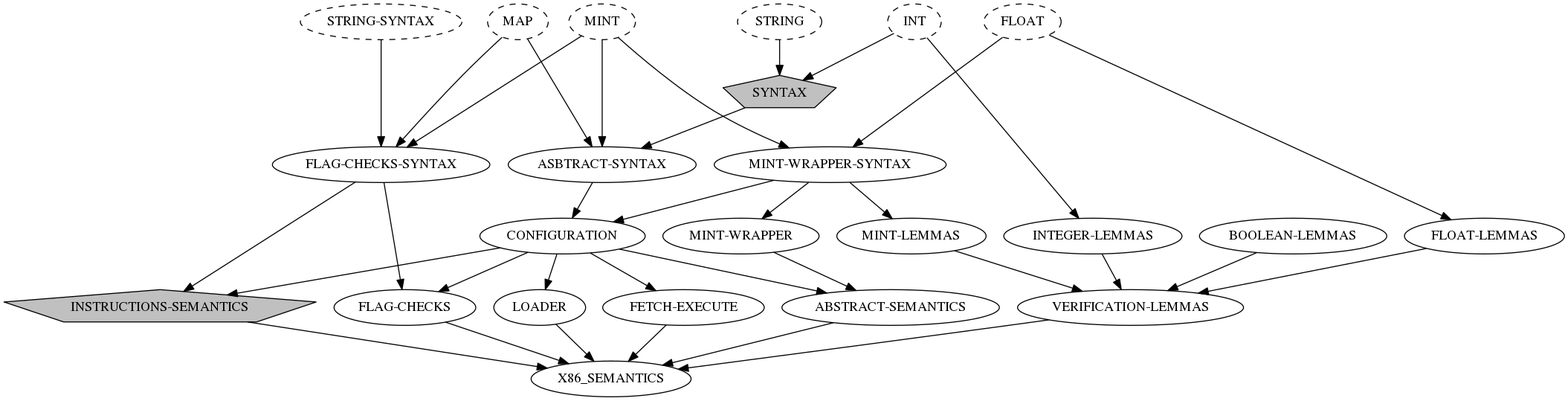
Above: docs/reports/import_graph.png in kframework/X86-64-semantics (Graphviz), before the change. Its source is kept beside it as docs/reports/import_graph.dot. Source of this version:
```dot
digraph graphname {


  "INSTRUCTIONS-SEMANTICS" [fillcolor = grey, style=filled, sides=5; shape=polygon]
  SYNTAX [fillcolor = grey, style=filled, sides=5; shape=polygon]

  MAP [style="dashed"]
  MINT [style="dashed"]
  FLOAT [style="dashed"]
  INT [style="dashed"]
  STRING [style="dashed"]
  "STRING-SYNTAX" [style="dashed"]

  {rank = same; MAP; FLOAT; MINT; INT; STRING; "STRING-SYNTAX"}
  {rank = same; LOADER; "FETCH-EXECUTE"; "ABSTRACT-SEMANTICS"; "FLAG-CHECKS"; "VERIFICATION-LEMMAS"; }
  {rank = same; "MINT-LEMMAS"; "INTEGER-LEMMAS"; "BOOLEAN-LEMMAS"; "FLOAT-LEMMAS"}
  {rank = same; "ASBTRACT-SYNTAX"; "MINT-WRAPPER-SYNTAX"; "FLAG-CHECKS-SYNTAX"; }


  INT -> SYNTAX
  STRING -> SYNTAX

  SYNTAX ->  "ASBTRACT-SYNTAX";

  MAP -> "ASBTRACT-SYNTAX";
  MINT -> "ASBTRACT-SYNTAX";


  "MINT-WRAPPER-SYNTAX" -> CONFIGURATION
  "ASBTRACT-SYNTAX" ->   CONFIGURATION


  CONFIGURATION -> "ABSTRACT-SEMANTICS"
  "MINT-WRAPPER" -> "ABSTRACT-SEMANTICS"

  MINT -> "MINT-WRAPPER-SYNTAX"
  FLOAT -> "MINT-WRAPPER-SYNTAX"

  "MINT-WRAPPER-SYNTAX" -> "MINT-WRAPPER"



  CONFIGURATION -> LOADER
  CONFIGURATION -> "FETCH-EXECUTE"

  INT -> "INTEGER-LEMMAS" ->  "VERIFICATION-LEMMAS"
  "BOOLEAN-LEMMAS" -> "VERIFICATION-LEMMAS"
  "MINT-LEMMAS" -> "VERIFICATION-LEMMAS"
  "FLOAT-LEMMAS" -> "VERIFICATION-LEMMAS"

  FLOAT -> "FLOAT-LEMMAS"
  "MINT-WRAPPER-SYNTAX" -> "MINT-LEMMAS"

  MINT -> "FLAG-CHECKS-SYNTAX"
  MAP -> "FLAG-CHECKS-SYNTAX"
  "STRING-SYNTAX" -> "FLAG-CHECKS-SYNTAX"

  "FLAG-CHECKS-SYNTAX"  -> "FLAG-CHECKS"
  CONFIGURATION  -> "FLAG-CHECKS"


  CONFIGURATION -> "INSTRUCTIONS-SEMANTICS"
  "FLAG-CHECKS-SYNTAX" -> "INSTRUCTIONS-SEMANTICS"

  LOADER ->  X86_SEMANTICS
  "FETCH-EXECUTE" ->  X86_SEMANTICS
  "ABSTRACT-SEMANTICS" ->  X86_SEMANTICS
  "FLAG-CHECKS" ->  X86_SEMANTICS
  "VERIFICATION-LEMMAS" ->  X86_SEMANTICS
  "INSTRUCTIONS-SEMANTICS" ->  X86_SEMANTICS


 }
```
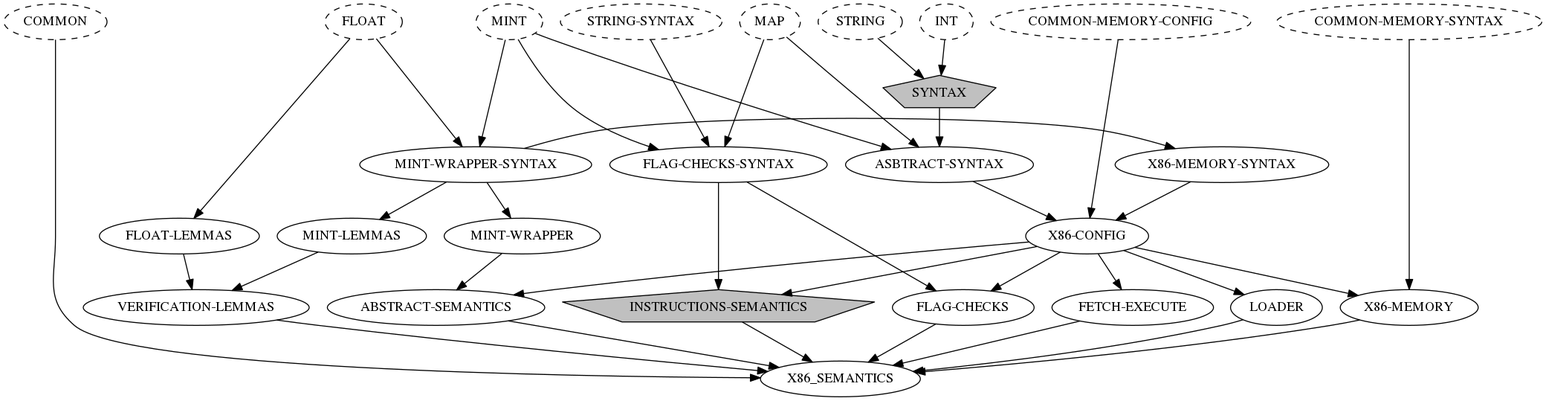
After the change.

The edit, as a diff of the source:
```diff
@@ -10,12 +10,20 @@
   INT [style="dashed"]
   STRING [style="dashed"]
   "STRING-SYNTAX" [style="dashed"]
+  "STRING-SYNTAX" [style="dashed"]
+  "COMMON-MEMORY-SYNTAX" [style="dashed"]
+  "COMMON-MEMORY-CONFIG" [style="dashed"]
+  "COMMON" [style="dashed"]
 
-  {rank = same; MAP; FLOAT; MINT; INT; STRING; "STRING-SYNTAX"}
+  {rank = same; MAP; FLOAT; MINT; INT; STRING; "STRING-SYNTAX"; "COMMON"; "COMMON-MEMORY-CONFIG"; "COMMON-MEMORY-SYNTAX"}
   {rank = same; LOADER; "FETCH-EXECUTE"; "ABSTRACT-SEMANTICS"; "FLAG-CHECKS"; "VERIFICATION-LEMMAS"; }
-  {rank = same; "MINT-LEMMAS"; "INTEGER-LEMMAS"; "BOOLEAN-LEMMAS"; "FLOAT-LEMMAS"}
-  {rank = same; "ASBTRACT-SYNTAX"; "MINT-WRAPPER-SYNTAX"; "FLAG-CHECKS-SYNTAX"; }
+  {rank = same; "MINT-LEMMAS"; "FLOAT-LEMMAS"}
+  {rank = same; "ASBTRACT-SYNTAX"; "MINT-WRAPPER-SYNTAX"; "FLAG-CHECKS-SYNTAX"; "X86-MEMORY-SYNTAX" }
 
+
+  "MINT-WRAPPER-SYNTAX" -> "X86-MEMORY-SYNTAX"
+  "COMMON-MEMORY-SYNTAX"  -> "X86-MEMORY"
+  "X86-CONFIG"  -> "X86-MEMORY"
 
   INT -> SYNTAX
   STRING -> SYNTAX
@@ -26,11 +34,12 @@
   MINT -> "ASBTRACT-SYNTAX";
 
 
-  "MINT-WRAPPER-SYNTAX" -> CONFIGURATION
-  "ASBTRACT-SYNTAX" ->   CONFIGURATION
+  "ASBTRACT-SYNTAX" ->   "X86-CONFIG"
+  "COMMON-MEMORY-CONFIG" ->   "X86-CONFIG"
+  "X86-MEMORY-SYNTAX" ->   "X86-CONFIG"
 
 
-  CONFIGURATION -> "ABSTRACT-SEMANTICS"
+  "X86-CONFIG" -> "ABSTRACT-SEMANTICS"
   "MINT-WRAPPER" -> "ABSTRACT-SEMANTICS"
 
   MINT -> "MINT-WRAPPER-SYNTAX"
@@ -40,11 +49,9 @@
 
 
 
-  CONFIGURATION -> LOADER
-  CONFIGURATION -> "FETCH-EXECUTE"
+  "X86-CONFIG" -> LOADER
+  "X86-CONFIG" -> "FETCH-EXECUTE"
 
-  INT -> "INTEGER-LEMMAS" ->  "VERIFICATION-LEMMAS"
-  "BOOLEAN-LEMMAS" -> "VERIFICATION-LEMMAS"
   "MINT-LEMMAS" -> "VERIFICATION-LEMMAS"
   "FLOAT-LEMMAS" -> "VERIFICATION-LEMMAS"
 
@@ -56,10 +63,10 @@
   "STRING-SYNTAX" -> "FLAG-CHECKS-SYNTAX"
 
   "FLAG-CHECKS-SYNTAX"  -> "FLAG-CHECKS"
-  CONFIGURATION  -> "FLAG-CHECKS"
+  "X86-CONFIG"  -> "FLAG-CHECKS"
 
 
-  CONFIGURATION -> "INSTRUCTIONS-SEMANTICS"
+  "X86-CONFIG" -> "INSTRUCTIONS-SEMANTICS"
   "FLAG-CHECKS-SYNTAX" -> "INSTRUCTIONS-SEMANTICS"
 
   LOADER ->  X86_SEMANTICS
@@ -68,6 +75,8 @@
   "FLAG-CHECKS" ->  X86_SEMANTICS
   "VERIFICATION-LEMMAS" ->  X86_SEMANTICS
   "INSTRUCTIONS-SEMANTICS" ->  X86_SEMANTICS
+  "X86-MEMORY" ->  X86_SEMANTICS
+  "COMMON" ->  X86_SEMANTICS
 
 
  }
```
